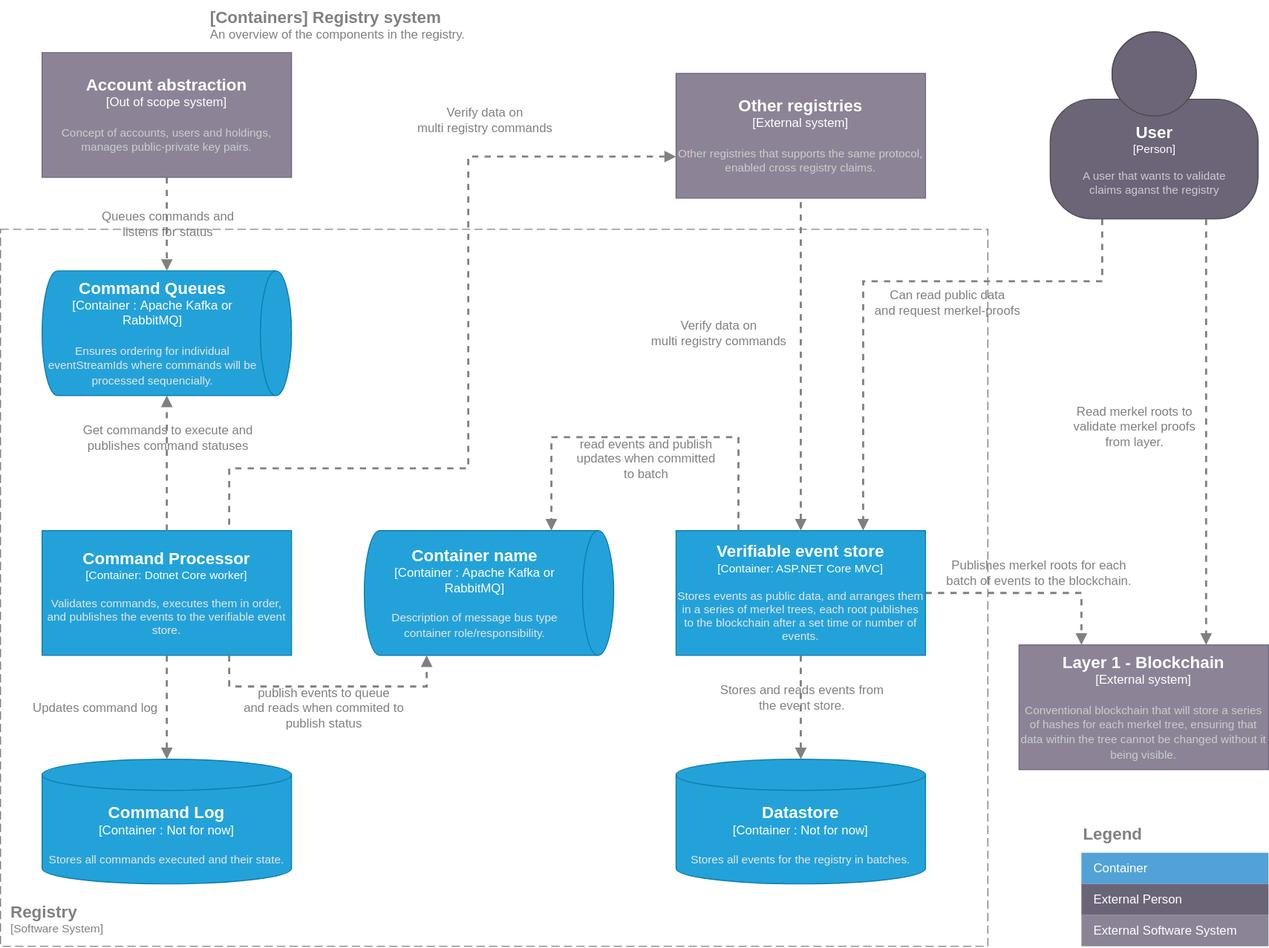
Before: doc/container_diagram.drawio.svg, a diagram exported from draw.io (project-origin/registry). Source tidied: cells renumbered, new cells last; positions are measured from the earlier drawing's top-left corner, leaving out a move shared by most shapes.
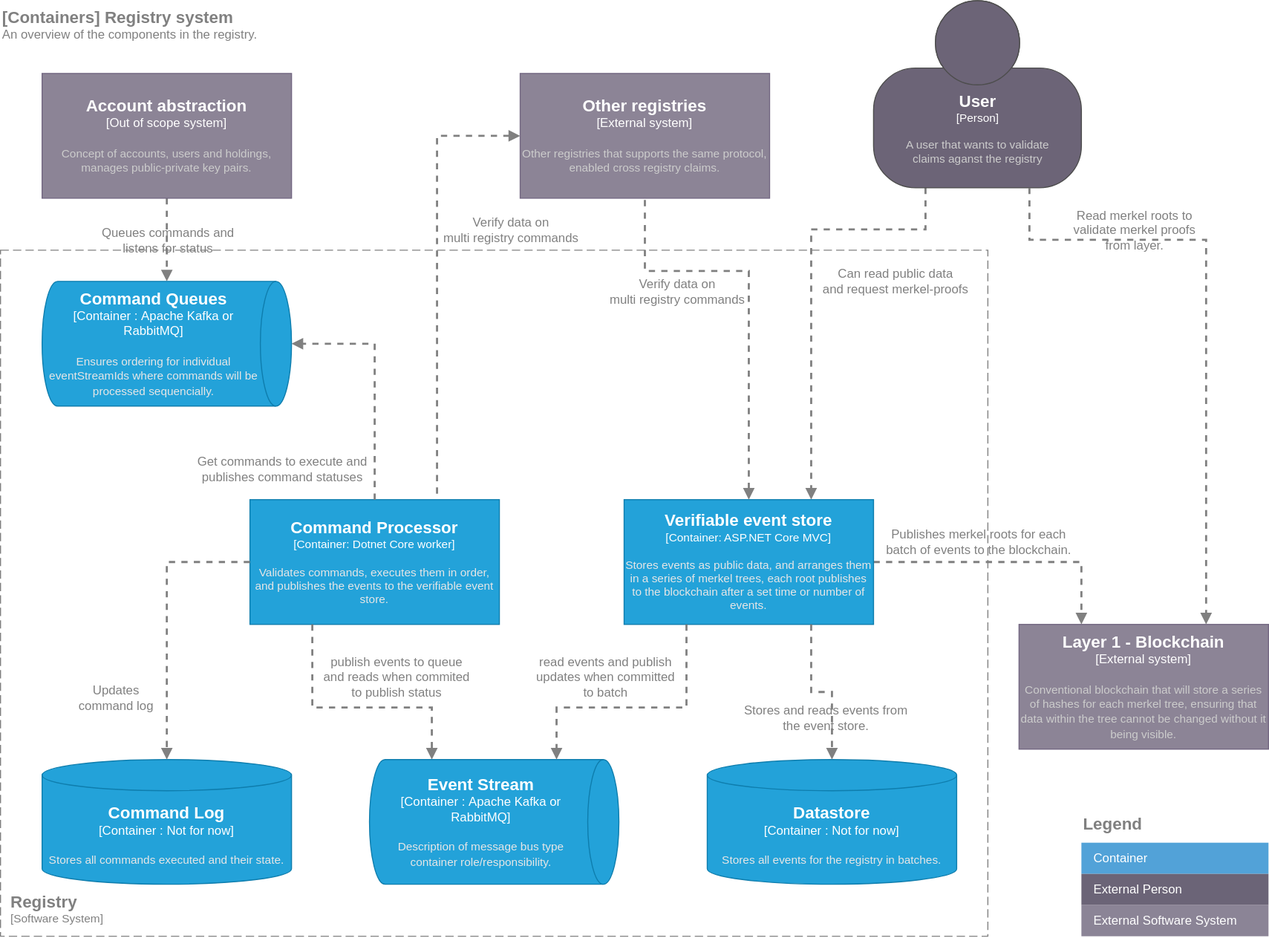
The same diagram one commit later.

The edit, as a diff of the source:
```diff
@@ -9,3 +9,3 @@
       <mxGeometry x="-0.14" y="-1" relative="1" as="geometry">
-        <mxPoint x="22" y="-21" as="offset" />
+        <mxPoint x="-12" y="-21" as="offset" />
       </mxGeometry>
@@ -14,3 +14,3 @@
       <mxCell style="rounded=0;whiteSpace=wrap;html=1;labelBackgroundColor=none;fillColor=#8C8496;fontColor=#ffffff;align=center;arcSize=10;strokeColor=#736782;points=[[0.25,0,0],[0.5,0,0],[0.75,0,0],[1,0.25,0],[1,0.5,0],[1,0.75,0],[0.75,1,0],[0.5,1,0],[0.25,1,0],[0,0.75,0],[0,0.5,0],[0,0.25,0]];" parent="1" vertex="1">
-        <mxGeometry x="980" y="620" width="240" height="120" as="geometry" />
+        <mxGeometry x="980" y="650" width="240" height="120" as="geometry" />
       </mxCell>
@@ -19,3 +19,3 @@
       <mxCell style="rounded=0;whiteSpace=wrap;html=1;labelBackgroundColor=none;fillColor=#8C8496;fontColor=#ffffff;align=center;arcSize=10;strokeColor=#736782;points=[[0.25,0,0],[0.5,0,0],[0.75,0,0],[1,0.25,0],[1,0.5,0],[1,0.75,0],[0.75,1,0],[0.5,1,0],[0.25,1,0],[0,0.75,0],[0,0.5,0],[0,0.25,0]];" parent="1" vertex="1">
-        <mxGeometry x="650" y="70" width="240" height="120" as="geometry" />
+        <mxGeometry x="500" y="120" width="240" height="120" as="geometry" />
       </mxCell>
@@ -32,3 +32,3 @@
       <mxCell style="rounded=0;whiteSpace=wrap;html=1;labelBackgroundColor=none;fillColor=#8C8496;fontColor=#ffffff;align=center;arcSize=10;strokeColor=#736782;points=[[0.25,0,0],[0.5,0,0],[0.75,0,0],[1,0.25,0],[1,0.5,0],[1,0.75,0],[0.75,1,0],[0.5,1,0],[0.25,1,0],[0,0.75,0],[0,0.5,0],[0,0.25,0]];" parent="1" vertex="1">
-        <mxGeometry x="40" y="50" width="240" height="120" as="geometry" />
+        <mxGeometry x="40" y="120" width="240" height="120" as="geometry" />
       </mxCell>
@@ -38,4 +38,4 @@
         <Array as="points">
-          <mxPoint x="1060" y="270" />
-          <mxPoint x="830" y="270" />
+          <mxPoint x="890" y="270" />
+          <mxPoint x="780" y="270" />
         </Array>
@@ -45,3 +45,3 @@
       <mxGeometry x="-0.04" y="1" relative="1" as="geometry">
-        <mxPoint x="45" y="19" as="offset" />
+        <mxPoint x="79" y="3" as="offset" />
       </mxGeometry>
@@ -50,3 +50,3 @@
       <mxCell style="html=1;fontSize=11;dashed=0;whitespace=wrap;fillColor=#6C6477;strokeColor=#4D4D4D;fontColor=#ffffff;shape=mxgraph.c4.person2;align=center;points=[[0.5,0,0],[1,0.5,0],[1,0.75,0],[0.75,1,0],[0.5,1,0],[0.25,1,0],[0,0.75,0],[0,0.5,0]];rounded=0;" parent="1" vertex="1">
-        <mxGeometry x="1010" y="30" width="200" height="180" as="geometry" />
+        <mxGeometry x="840" y="50" width="200" height="180" as="geometry" />
       </mxCell>
@@ -55,3 +55,3 @@
       <mxCell style="rounded=0;fontSize=11;whiteSpace=wrap;html=1;dashed=1;arcSize=20;fillColor=none;strokeColor=#808080;fontColor=#808080;labelBackgroundColor=none;align=left;verticalAlign=bottom;labelBorderColor=none;spacingTop=0;spacing=10;dashPattern=8 4;perimeter=rectanglePerimeter;labelPadding=0;absoluteArcSize=1;strokeWidth=1;" parent="1" vertex="1">
-        <mxGeometry y="220" width="950" height="690" as="geometry" />
+        <mxGeometry y="290" width="950" height="660" as="geometry" />
       </mxCell>
@@ -60,3 +60,3 @@
       <mxCell style="rounded=0;whiteSpace=wrap;html=1;fontSize=11;labelBackgroundColor=none;fillColor=#23A2D9;fontColor=#ffffff;align=center;arcSize=10;strokeColor=#0E7DAD;points=[[0.25,0,0],[0.5,0,0],[0.75,0,0],[1,0.25,0],[1,0.5,0],[1,0.75,0],[0.75,1,0],[0.5,1,0],[0.25,1,0],[0,0.75,0],[0,0.5,0],[0,0.25,0]];" parent="1" vertex="1">
-        <mxGeometry x="650" y="510" width="240" height="120" as="geometry" />
+        <mxGeometry x="600" y="530" width="240" height="120" as="geometry" />
       </mxCell>
@@ -65,10 +65,10 @@
       <mxCell style="rounded=0;whiteSpace=wrap;html=1;fontSize=11;labelBackgroundColor=none;fillColor=#23A2D9;fontColor=#ffffff;align=center;arcSize=10;strokeColor=#0E7DAD;points=[[0.25,0,0],[0.5,0,0],[0.75,0,0],[1,0.25,0],[1,0.5,0],[1,0.75,0],[0.75,1,0],[0.5,1,0],[0.25,1,0],[0,0.75,0],[0,0.5,0],[0,0.25,0]];" parent="1" vertex="1">
-        <mxGeometry x="40" y="510" width="240" height="120" as="geometry" />
+        <mxGeometry x="240" y="530" width="240" height="120" as="geometry" />
       </mxCell>
     </object>
-    <mxCell id="15" style="edgeStyle=orthogonalEdgeStyle;html=1;dashed=1;endArrow=block;endFill=1;rounded=0;fontColor=#808080;strokeColor=#808080;strokeWidth=2;entryX=1;entryY=0.75;entryDx=0;entryDy=0;entryPerimeter=0;exitX=0.75;exitY=1;exitDx=0;exitDy=0;exitPerimeter=0;" parent="1" edge="1" source="14" target="38">
+    <mxCell id="15" style="edgeStyle=orthogonalEdgeStyle;html=1;dashed=1;endArrow=block;endFill=1;rounded=0;fontColor=#808080;strokeColor=#808080;strokeWidth=2;entryX=0;entryY=0.75;entryDx=0;entryDy=0;entryPerimeter=0;exitX=0.25;exitY=1;exitDx=0;exitDy=0;exitPerimeter=0;" parent="1" edge="1" source="14" target="38">
       <mxGeometry relative="1" as="geometry">
         <Array as="points">
-          <mxPoint x="220" y="660" />
-          <mxPoint x="410" y="660" />
+          <mxPoint x="300" y="730" />
+          <mxPoint x="415" y="730" />
         </Array>
@@ -76,9 +76,13 @@
     </mxCell>
-    <mxCell id="16" value="publish events to queue&amp;nbsp;&lt;br&gt;and reads when commited to &lt;br&gt;publish status" style="edgeLabel;html=1;align=center;verticalAlign=middle;fontSize=12;labelBackgroundColor=none;rounded=0;fontColor=#808080;" parent="15" vertex="1">
+    <mxCell id="16" value="publish events to queue&amp;nbsp;&lt;br&gt;and reads when commited&lt;br&gt;to publish status" style="edgeLabel;html=1;align=center;verticalAlign=middle;fontSize=12;labelBackgroundColor=none;rounded=0;fontColor=#808080;" parent="15" vertex="1">
       <mxGeometry x="-0.14" y="-1" relative="1" as="geometry">
-        <mxPoint x="13" y="19" as="offset" />
+        <mxPoint x="55" y="-31" as="offset" />
       </mxGeometry>
     </mxCell>
-    <mxCell id="17" style="edgeStyle=orthogonalEdgeStyle;html=1;dashed=1;endArrow=block;endFill=1;rounded=0;fontColor=#808080;strokeColor=#808080;strokeWidth=2;exitX=0.5;exitY=0;exitDx=0;exitDy=0;exitPerimeter=0;entryX=1;entryY=0.5;entryDx=0;entryDy=0;entryPerimeter=0;" parent="1" edge="1" source="14" target="31">
-      <mxGeometry relative="1" as="geometry" />
+    <mxCell id="17" style="edgeStyle=orthogonalEdgeStyle;html=1;dashed=1;endArrow=block;endFill=1;rounded=0;fontColor=#808080;strokeColor=#808080;strokeWidth=2;exitX=0.5;exitY=0;exitDx=0;exitDy=0;exitPerimeter=0;entryX=0.5;entryY=0;entryDx=0;entryDy=0;entryPerimeter=0;" parent="1" edge="1" source="14" target="31">
+      <mxGeometry relative="1" as="geometry">
+        <Array as="points">
+          <mxPoint x="360" y="380" />
+        </Array>
+      </mxGeometry>
     </mxCell>
@@ -86,3 +90,3 @@
       <mxGeometry x="-0.14" y="-1" relative="1" as="geometry">
-        <mxPoint x="-1" y="-34" as="offset" />
+        <mxPoint x="-91" y="70" as="offset" />
       </mxGeometry>
@@ -91,11 +95,11 @@
       <mxCell style="shape=cylinder3;size=15;whiteSpace=wrap;html=1;boundedLbl=1;rounded=0;labelBackgroundColor=none;fillColor=#23A2D9;fontSize=12;fontColor=#ffffff;align=center;strokeColor=#0E7DAD;points=[[0.5,0,0],[1,0.25,0],[1,0.5,0],[1,0.75,0],[0.5,1,0],[0,0.75,0],[0,0.5,0],[0,0.25,0]];" parent="1" vertex="1">
-        <mxGeometry x="40" y="730" width="240" height="120" as="geometry" />
+        <mxGeometry x="40" y="780" width="240" height="120" as="geometry" />
       </mxCell>
     </object>
-    <mxCell id="20" style="edgeStyle=orthogonalEdgeStyle;html=1;dashed=1;endArrow=block;endFill=1;rounded=0;fontColor=#808080;strokeColor=#808080;strokeWidth=2;entryX=0.5;entryY=0;entryDx=0;entryDy=0;entryPerimeter=0;exitX=0.5;exitY=1;exitDx=0;exitDy=0;exitPerimeter=0;" parent="1" edge="1" source="14" target="19">
+    <mxCell id="20" style="edgeStyle=orthogonalEdgeStyle;html=1;dashed=1;endArrow=block;endFill=1;rounded=0;fontColor=#808080;strokeColor=#808080;strokeWidth=2;entryX=0.5;entryY=0;entryDx=0;entryDy=0;entryPerimeter=0;exitX=0;exitY=0.5;exitDx=0;exitDy=0;exitPerimeter=0;" parent="1" edge="1" source="14" target="19">
       <mxGeometry relative="1" as="geometry" />
     </mxCell>
-    <mxCell id="21" value="Updates command log" style="edgeLabel;html=1;align=center;verticalAlign=middle;fontSize=12;labelBackgroundColor=none;rounded=0;fontColor=#808080;" parent="20" vertex="1">
+    <mxCell id="21" value="Updates &lt;br&gt;command log" style="edgeLabel;html=1;align=center;verticalAlign=middle;fontSize=12;labelBackgroundColor=none;rounded=0;fontColor=#808080;" parent="20" vertex="1">
       <mxGeometry x="-0.14" y="-1" relative="1" as="geometry">
-        <mxPoint x="-69" y="7" as="offset" />
+        <mxPoint x="-49" y="93" as="offset" />
       </mxGeometry>
@@ -104,6 +108,6 @@
       <mxCell style="shape=cylinder3;size=15;whiteSpace=wrap;html=1;boundedLbl=1;rounded=0;labelBackgroundColor=none;fillColor=#23A2D9;fontSize=12;fontColor=#ffffff;align=center;strokeColor=#0E7DAD;points=[[0.5,0,0],[1,0.25,0],[1,0.5,0],[1,0.75,0],[0.5,1,0],[0,0.75,0],[0,0.5,0],[0,0.25,0]];" parent="1" vertex="1">
-        <mxGeometry x="650" y="730" width="240" height="120" as="geometry" />
+        <mxGeometry x="680" y="780" width="240" height="120" as="geometry" />
       </mxCell>
     </object>
-    <mxCell id="23" style="edgeStyle=orthogonalEdgeStyle;html=1;dashed=1;endArrow=block;endFill=1;rounded=0;fontColor=#808080;strokeColor=#808080;strokeWidth=2;exitX=0.5;exitY=1;exitDx=0;exitDy=0;exitPerimeter=0;entryX=0.5;entryY=0;entryDx=0;entryDy=0;entryPerimeter=0;" parent="1" edge="1" source="13" target="22">
+    <mxCell id="23" style="edgeStyle=orthogonalEdgeStyle;html=1;dashed=1;endArrow=block;endFill=1;rounded=0;fontColor=#808080;strokeColor=#808080;strokeWidth=2;exitX=0.75;exitY=1;exitDx=0;exitDy=0;exitPerimeter=0;entryX=0.5;entryY=0;entryDx=0;entryDy=0;entryPerimeter=0;" parent="1" edge="1" source="13" target="22">
       <mxGeometry relative="1" as="geometry" />
@@ -112,7 +116,12 @@
       <mxGeometry x="-0.14" y="-1" relative="1" as="geometry">
-        <mxPoint x="1" y="-3" as="offset" />
+        <mxPoint x="14" y="23" as="offset" />
       </mxGeometry>
     </mxCell>
-    <mxCell id="25" style="edgeStyle=orthogonalEdgeStyle;html=1;dashed=1;startArrow=block;startFill=1;endArrow=none;endFill=0;rounded=0;fontColor=#808080;strokeColor=#808080;strokeWidth=2;entryX=0.5;entryY=1;entryDx=0;entryDy=0;entryPerimeter=0;exitX=0.5;exitY=0;exitDx=0;exitDy=0;exitPerimeter=0;" parent="1" edge="1" source="13" target="5">
-      <mxGeometry relative="1" as="geometry" />
+    <mxCell id="25" style="edgeStyle=orthogonalEdgeStyle;html=1;dashed=1;startArrow=block;startFill=1;endArrow=none;endFill=0;rounded=0;fontColor=#808080;strokeColor=#808080;strokeWidth=2;exitX=0.5;exitY=0;exitDx=0;exitDy=0;exitPerimeter=0;entryX=0.5;entryY=1;entryDx=0;entryDy=0;entryPerimeter=0;" parent="1" edge="1" source="13" target="5">
+      <mxGeometry relative="1" as="geometry">
+        <Array as="points">
+          <mxPoint x="720" y="310" />
+          <mxPoint x="620" y="310" />
+        </Array>
+      </mxGeometry>
     </mxCell>
@@ -120,3 +129,3 @@
       <mxGeometry x="-0.09" relative="1" as="geometry">
-        <mxPoint x="-80" y="-44" as="offset" />
+        <mxPoint x="-70" y="-22" as="offset" />
       </mxGeometry>
@@ -124,3 +133,8 @@
     <mxCell id="27" style="edgeStyle=orthogonalEdgeStyle;html=1;dashed=1;fontSize=12;endArrow=block;endFill=1;exitX=0.75;exitY=1;exitDx=0;exitDy=0;exitPerimeter=0;rounded=0;fontColor=#808080;strokeColor=#808080;strokeWidth=2;entryX=0.75;entryY=0;entryDx=0;entryDy=0;entryPerimeter=0;" parent="1" edge="1" source="11" target="4">
-      <mxGeometry relative="1" as="geometry" />
+      <mxGeometry relative="1" as="geometry">
+        <Array as="points">
+          <mxPoint x="990" y="280" />
+          <mxPoint x="1160" y="280" />
+        </Array>
+      </mxGeometry>
     </mxCell>
@@ -128,11 +142,9 @@
       <mxGeometry x="-0.04" y="1" relative="1" as="geometry">
-        <mxPoint x="-71" y="2" as="offset" />
+        <mxPoint x="-71" y="-73" as="offset" />
       </mxGeometry>
     </mxCell>
-    <mxCell id="29" style="edgeStyle=orthogonalEdgeStyle;html=1;dashed=1;startArrow=block;startFill=1;endArrow=none;endFill=0;rounded=0;fontColor=#808080;strokeColor=#808080;strokeWidth=2;entryX=0.75;entryY=0;entryDx=0;entryDy=0;entryPerimeter=0;" parent="1" edge="1" source="5" target="14">
+    <mxCell id="29" style="edgeStyle=orthogonalEdgeStyle;html=1;dashed=1;startArrow=block;startFill=1;endArrow=none;endFill=0;rounded=0;fontColor=#808080;strokeColor=#808080;strokeWidth=2;entryX=0.75;entryY=0;entryDx=0;entryDy=0;entryPerimeter=0;exitX=0;exitY=0.5;exitDx=0;exitDy=0;exitPerimeter=0;" parent="1" edge="1" source="5" target="14">
       <mxGeometry relative="1" as="geometry">
         <Array as="points">
-          <mxPoint x="450" y="150" />
-          <mxPoint x="450" y="450" />
-          <mxPoint x="220" y="450" />
+          <mxPoint x="420" y="180" />
         </Array>
@@ -142,3 +154,3 @@
       <mxGeometry x="-0.09" relative="1" as="geometry">
-        <mxPoint x="15" y="-196" as="offset" />
+        <mxPoint x="70" y="-27" as="offset" />
       </mxGeometry>
@@ -147,3 +159,3 @@
       <mxCell style="shape=cylinder3;size=15;direction=south;whiteSpace=wrap;html=1;boundedLbl=1;rounded=0;labelBackgroundColor=none;fillColor=#23A2D9;fontSize=12;fontColor=#ffffff;align=center;strokeColor=#0E7DAD;points=[[0.5,0,0],[1,0.25,0],[1,0.5,0],[1,0.75,0],[0.5,1,0],[0,0.75,0],[0,0.5,0],[0,0.25,0]];" parent="1" vertex="1">
-        <mxGeometry x="40" y="260" width="240" height="120" as="geometry" />
+        <mxGeometry x="40" y="320" width="240" height="120" as="geometry" />
       </mxCell>
@@ -151,6 +163,6 @@
     <mxCell id="32" value="Legend" style="align=left;fontSize=16;fontStyle=1;strokeColor=none;fillColor=none;fontColor=#808080;spacingTop=-8;" parent="1" vertex="1">
-      <mxGeometry x="1040" y="790" width="180" height="30" as="geometry" />
+      <mxGeometry x="1040" y="830" width="180" height="30" as="geometry" />
     </mxCell>
     <mxCell id="33" style="shape=table;html=1;whiteSpace=wrap;startSize=0;fillColor=none;align=left;spacingLeft=10;strokeColor=none;rounded=1;arcSize=11;fontColor=#FFFFFF;" parent="1" vertex="1">
-      <mxGeometry x="1040" y="820" width="180" height="90" as="geometry" />
+      <mxGeometry x="1040" y="860" width="180" height="90" as="geometry" />
     </mxCell>
@@ -167,16 +179,15 @@
       <mxCell style="text;html=1;strokeColor=none;fillColor=none;align=left;verticalAlign=top;whiteSpace=wrap;rounded=0;fontColor=#808080;" parent="1" vertex="1">
-        <mxGeometry x="200" width="460" height="40" as="geometry" />
+        <mxGeometry y="50" width="460" height="40" as="geometry" />
       </mxCell>
     </object>
-    <object id="38" label="&lt;font style=&quot;font-size: 16px&quot;&gt;&lt;b&gt;%c4Type%&lt;/font&gt;&lt;div&gt;[%c4Container%:&amp;nbsp;%c4Technology%]&lt;/div&gt;&lt;br&gt;&lt;div&gt;&lt;font style=&quot;font-size: 11px&quot;&gt;&lt;font color=&quot;#E6E6E6&quot;&gt;%c4Description%&lt;/font&gt;&lt;/div&gt;" c4Container="Container " c4Description="Description of message bus type container role/responsibility." c4Technology="Apache Kafka or RabbitMQ" c4Type="Container name" placeholders="1">
+    <object id="38" label="&lt;font style=&quot;font-size: 16px&quot;&gt;&lt;b&gt;%c4Type%&lt;/font&gt;&lt;div&gt;[%c4Container%:&amp;nbsp;%c4Technology%]&lt;/div&gt;&lt;br&gt;&lt;div&gt;&lt;font style=&quot;font-size: 11px&quot;&gt;&lt;font color=&quot;#E6E6E6&quot;&gt;%c4Description%&lt;/font&gt;&lt;/div&gt;" c4Container="Container " c4Description="Description of message bus type container role/responsibility." c4Technology="Apache Kafka or RabbitMQ" c4Type="Event Stream" placeholders="1">
       <mxCell style="shape=cylinder3;size=15;direction=south;whiteSpace=wrap;html=1;boundedLbl=1;rounded=0;labelBackgroundColor=none;fillColor=#23A2D9;fontSize=12;fontColor=#ffffff;align=center;strokeColor=#0E7DAD;points=[[0.5,0,0],[1,0.25,0],[1,0.5,0],[1,0.75,0],[0.5,1,0],[0,0.75,0],[0,0.5,0],[0,0.25,0]];" parent="1" vertex="1">
-        <mxGeometry x="350" y="510" width="240" height="120" as="geometry" />
+        <mxGeometry x="355" y="780" width="240" height="120" as="geometry" />
       </mxCell>
     </object>
-    <mxCell id="39" style="edgeStyle=orthogonalEdgeStyle;html=1;dashed=1;endArrow=block;endFill=1;rounded=0;fontColor=#808080;strokeColor=#808080;strokeWidth=2;exitX=0.25;exitY=0;exitDx=0;exitDy=0;exitPerimeter=0;" parent="1" edge="1" source="13">
+    <mxCell id="39" style="edgeStyle=orthogonalEdgeStyle;html=1;dashed=1;endArrow=block;endFill=1;rounded=0;fontColor=#808080;strokeColor=#808080;strokeWidth=2;exitX=0.25;exitY=1;exitDx=0;exitDy=0;exitPerimeter=0;entryX=0;entryY=0.25;entryDx=0;entryDy=0;entryPerimeter=0;" parent="1" edge="1" source="13" target="38">
       <mxGeometry relative="1" as="geometry">
-        <mxPoint x="530" y="510" as="targetPoint" />
         <Array as="points">
-          <mxPoint x="710" y="420" />
-          <mxPoint x="530" y="420" />
+          <mxPoint x="660" y="730" />
+          <mxPoint x="535" y="730" />
         </Array>
@@ -186,3 +197,3 @@
       <mxGeometry x="-0.14" y="-1" relative="1" as="geometry">
-        <mxPoint x="-24" y="21" as="offset" />
+        <mxPoint x="-49" y="-29" as="offset" />
       </mxGeometry>
```
